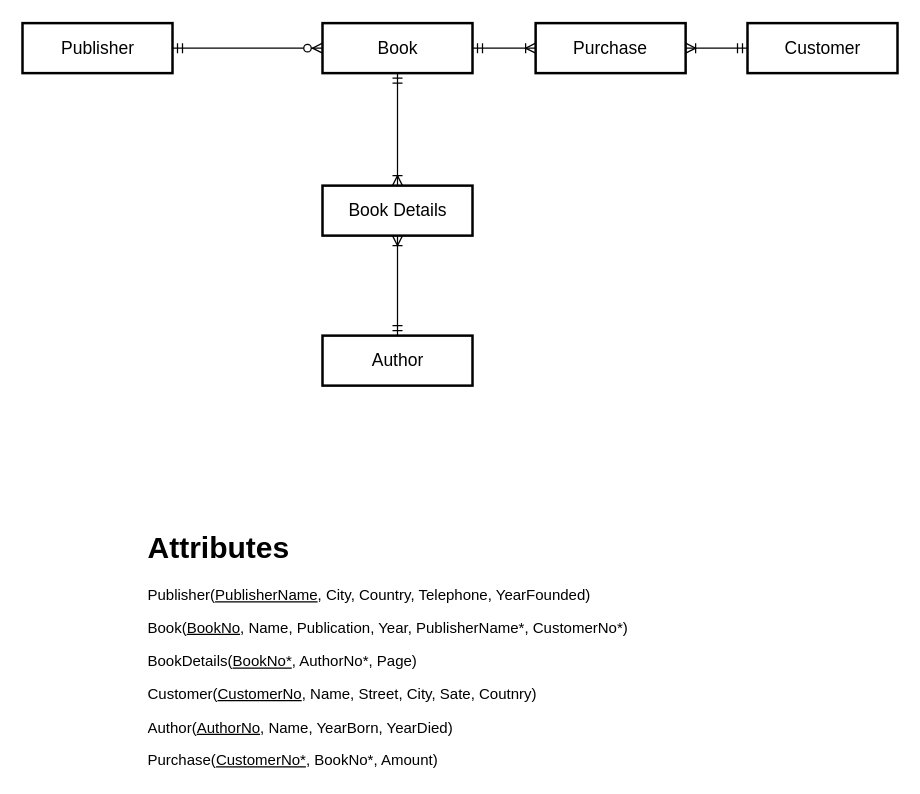
Earlier version of the draw.io diagram page "Q2" (2 of 3) of y2s1/dbms/tutorial/t8-erd.drawio (LShun/dco-1820). Source tidied: cells renumbered, new cells numbered last; positions are measured from the earlier drawing's top-left corner, leaving out a move shared by most shapes. Both pictures are drawn from the tidied source at 125%, with x=0, y=0 at pixel (22, 22).
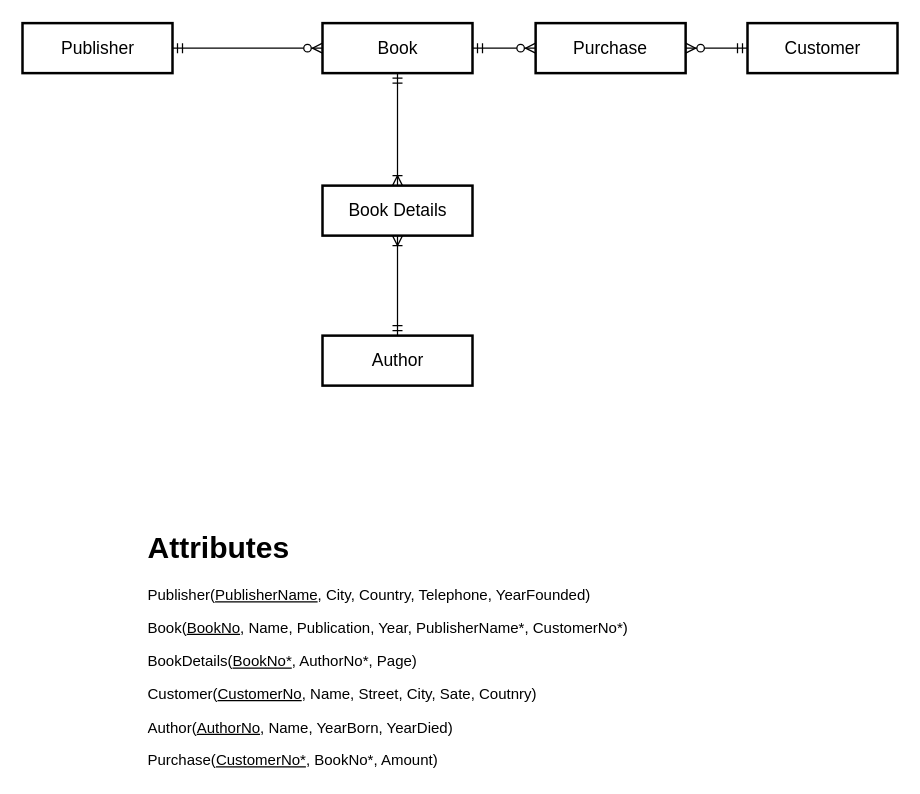
After the change.

What changed in the source:
```diff
@@
 <mxGraphModel>
   <root>
     <mxCell id="0" />
     <mxCell id="1" parent="0" />
     <mxCell id="2" style="edgeStyle=orthogonalEdgeStyle;rounded=0;jettySize=auto;html=1;entryX=0;entryY=0.5;entryDx=0;entryDy=0;startArrow=ERmandOne;startFill=0;endArrow=ERzeroToMany;endFill=1;" parent="1" edge="1" source="3" target="6">
       <mxGeometry relative="1" as="geometry" />
     </mxCell>
     <mxCell id="3" value="Publisher" style="strokeWidth=2;whiteSpace=wrap;html=1;align=center;fontSize=14;" parent="1" vertex="1">
       <mxGeometry x="-0.5" width="120" height="40" as="geometry" />
     </mxCell>
-    <mxCell id="4" style="edgeStyle=orthogonalEdgeStyle;rounded=0;jettySize=auto;html=1;entryX=0;entryY=0.5;entryDx=0;entryDy=0;startArrow=ERmandOne;startFill=0;endArrow=ERoneToMany;endFill=0;" parent="1" edge="1" source="6" target="13">
+    <mxCell id="4" style="edgeStyle=orthogonalEdgeStyle;rounded=0;jettySize=auto;html=1;entryX=0;entryY=0.5;entryDx=0;entryDy=0;startArrow=ERmandOne;startFill=0;endArrow=ERzeroToMany;endFill=1;" parent="1" edge="1" source="6" target="13">
       <mxGeometry relative="1" as="geometry" />
     </mxCell>
     <mxCell id="5" style="edgeStyle=orthogonalEdgeStyle;rounded=0;jettySize=auto;html=1;entryX=0.5;entryY=0;entryDx=0;entryDy=0;startArrow=ERmandOne;startFill=0;endArrow=ERoneToMany;endFill=0;" parent="1" edge="1" source="6" target="10">
       <mxGeometry relative="1" as="geometry" />
     </mxCell>
     <mxCell id="6" value="Book" style="strokeWidth=2;whiteSpace=wrap;html=1;align=center;fontSize=14;" parent="1" vertex="1">
       <mxGeometry x="239.5" width="120" height="40" as="geometry" />
     </mxCell>
-    <mxCell id="7" style="edgeStyle=orthogonalEdgeStyle;rounded=0;jettySize=auto;html=1;entryX=1;entryY=0.5;entryDx=0;entryDy=0;startArrow=ERmandOne;startFill=0;endArrow=ERoneToMany;endFill=0;" parent="1" edge="1" source="8" target="13">
+    <mxCell id="7" style="edgeStyle=orthogonalEdgeStyle;rounded=0;jettySize=auto;html=1;entryX=1;entryY=0.5;entryDx=0;entryDy=0;startArrow=ERmandOne;startFill=0;endArrow=ERzeroToMany;endFill=1;" parent="1" edge="1" source="8" target="13">
       <mxGeometry relative="1" as="geometry" />
     </mxCell>
     <mxCell id="8" value="Customer" style="strokeWidth=2;whiteSpace=wrap;html=1;align=center;fontSize=14;" parent="1" vertex="1">
       <mxGeometry x="579.5" width="120" height="40" as="geometry" />
     </mxCell>
     <mxCell id="9" style="edgeStyle=orthogonalEdgeStyle;rounded=0;jettySize=auto;html=1;entryX=0.5;entryY=0;entryDx=0;entryDy=0;startArrow=ERoneToMany;startFill=0;endArrow=ERmandOne;endFill=0;" parent="1" edge="1" source="10" target="11">
       <mxGeometry relative="1" as="geometry" />
     </mxCell>
     <mxCell id="10" value="Book Details" style="strokeWidth=2;whiteSpace=wrap;html=1;align=center;fontSize=14;" parent="1" vertex="1">
       <mxGeometry x="239.5" y="130" width="120" height="40" as="geometry" />
     </mxCell>
     <mxCell id="11" value="Author" style="strokeWidth=2;whiteSpace=wrap;html=1;align=center;fontSize=14;" parent="1" vertex="1">
       <mxGeometry x="239.5" y="250" width="120" height="40" as="geometry" />
     </mxCell>
     <mxCell id="12" value="&lt;h1&gt;Attributes&lt;/h1&gt;&lt;p&gt;Publisher(&lt;u&gt;PublisherName&lt;/u&gt;, City, Country, Telephone, YearFounded)&lt;/p&gt;&lt;p&gt;Book(&lt;u&gt;BookNo&lt;/u&gt;, Name, Publication, Year, PublisherName*, CustomerNo*)&lt;/p&gt;&lt;p&gt;BookDetails(&lt;u&gt;BookNo*&lt;/u&gt;, AuthorNo*, Page)&lt;/p&gt;&lt;p&gt;Customer(&lt;u&gt;CustomerNo&lt;/u&gt;, Name, Street, City, Sate, Coutnry)&lt;/p&gt;&lt;p&gt;Author(&lt;u&gt;AuthorNo&lt;/u&gt;, Name, YearBorn, YearDied)&lt;/p&gt;&lt;p&gt;Purchase(&lt;u&gt;CustomerNo*&lt;/u&gt;, BookNo*, Amount)&lt;/p&gt;" style="text;html=1;strokeColor=none;fillColor=none;spacing=5;spacingTop=-20;whiteSpace=wrap;overflow=hidden;rounded=0;" parent="1" vertex="1">
       <mxGeometry x="94.5" y="400" width="530" height="200" as="geometry" />
     </mxCell>
     <mxCell id="13" value="Purchase" style="strokeWidth=2;whiteSpace=wrap;html=1;align=center;fontSize=14;" parent="1" vertex="1">
       <mxGeometry x="410" width="120" height="40" as="geometry" />
     </mxCell>
   </root>
 </mxGraphModel>
```
